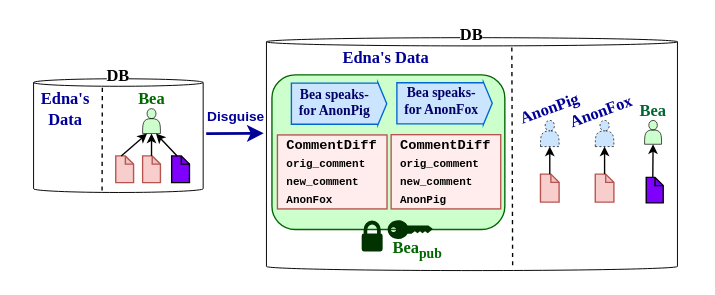
This is page "Design" (3 of 21) of thesis/figs/edna.drawio from tslilyai/thesis, a draw.io file, before an edit. Source tidied: cells renumbered, new cells numbered last; positions are measured from the earlier drawing's top-left corner, leaving out a move shared by most shapes. Both pictures are drawn from the tidied source at 137%, with x=0, y=0 at pixel (23, 37).
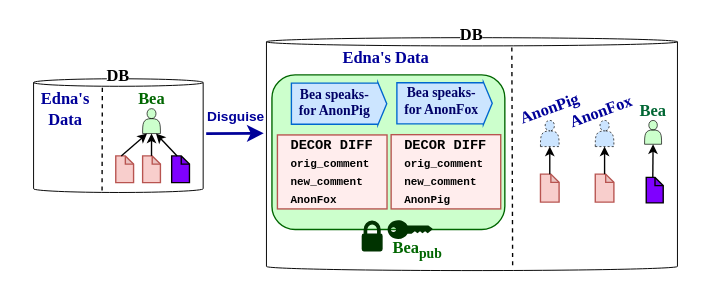
The same page after the edit.

What changed in the source:
```diff
@@
-    <mxCell id="32" value="&lt;p style=&quot;border-color: var(--border-color); line-height: 3.5px; font-size: 10px;&quot;&gt;&lt;font style=&quot;border-color: var(--border-color); font-size: 10px;&quot; face=&quot;Courier New&quot;&gt;&lt;span style=&quot;border-color: var(--border-color); font-size: 10px;&quot;&gt;CommentDiff&lt;/span&gt;&lt;/font&gt;&lt;/p&gt;&lt;p style=&quot;text-align: left; border-color: var(--border-color); line-height: 20%; font-size: 8px;&quot;&gt;&lt;span style=&quot;border-color: var(--border-color); background-color: initial;&quot;&gt;&lt;font style=&quot;font-size: 8px;&quot; face=&quot;Courier New&quot;&gt;orig&lt;/font&gt;&lt;/span&gt;&lt;span style=&quot;font-family: &amp;quot;Courier New&amp;quot;; background-color: initial;&quot;&gt;_comment&lt;/span&gt;&lt;/p&gt;&lt;p style=&quot;text-align: left; border-color: var(--border-color); line-height: 20%;&quot;&gt;&lt;font face=&quot;Courier New&quot;&gt;&lt;span style=&quot;font-size: 8px;&quot;&gt;new_comment&lt;/span&gt;&lt;/font&gt;&lt;/p&gt;&lt;p style=&quot;text-align: left; border-color: var(--border-color); line-height: 20%;&quot;&gt;&lt;font face=&quot;Courier New&quot;&gt;&lt;span style=&quot;font-size: 8px;&quot;&gt;AnonFox&lt;/span&gt;&lt;/font&gt;&lt;/p&gt;" style="rounded=0;whiteSpace=wrap;html=1;spacing=4;fontSize=10;fontFamily=Times New Roman;fillColor=#FFEDED;strokeColor=#b85450;spacingBottom=0;fontStyle=1;" parent="1" vertex="1">
+    <mxCell id="32" value="&lt;p style=&quot;border-color: var(--border-color); line-height: 3.5px; font-size: 10px;&quot;&gt;&lt;font style=&quot;border-color: var(--border-color); font-size: 10px;&quot; face=&quot;Courier New&quot;&gt;&lt;span style=&quot;border-color: var(--border-color); font-size: 10px;&quot;&gt;DECOR DIFF&lt;/span&gt;&lt;/font&gt;&lt;/p&gt;&lt;p style=&quot;text-align: left; border-color: var(--border-color); line-height: 20%; font-size: 8px;&quot;&gt;&lt;span style=&quot;border-color: var(--border-color); background-color: initial;&quot;&gt;&lt;font style=&quot;font-size: 8px;&quot; face=&quot;Courier New&quot;&gt;orig&lt;/font&gt;&lt;/span&gt;&lt;span style=&quot;font-family: &amp;quot;Courier New&amp;quot;; background-color: initial;&quot;&gt;_comment&lt;/span&gt;&lt;/p&gt;&lt;p style=&quot;text-align: left; border-color: var(--border-color); line-height: 20%;&quot;&gt;&lt;font face=&quot;Courier New&quot;&gt;&lt;span style=&quot;font-size: 8px;&quot;&gt;new_comment&lt;/span&gt;&lt;/font&gt;&lt;/p&gt;&lt;p style=&quot;text-align: left; border-color: var(--border-color); line-height: 20%;&quot;&gt;&lt;font face=&quot;Courier New&quot;&gt;&lt;span style=&quot;font-size: 8px;&quot;&gt;AnonFox&lt;/span&gt;&lt;/font&gt;&lt;/p&gt;" style="rounded=0;whiteSpace=wrap;html=1;spacing=4;fontSize=10;fontFamily=Times New Roman;fillColor=#FFEDED;strokeColor=#b85450;spacingBottom=0;fontStyle=1;" parent="1" vertex="1">
       <mxGeometry x="185" y="71" width="80" height="54" as="geometry" />
     </mxCell>
-    <mxCell id="33" value="&lt;p style=&quot;border-color: var(--border-color); line-height: 3.5px; font-size: 10px;&quot;&gt;&lt;font style=&quot;border-color: var(--border-color); font-size: 10px;&quot; face=&quot;Courier New&quot;&gt;&lt;span style=&quot;border-color: var(--border-color); font-size: 10px;&quot;&gt;CommentDiff&lt;/span&gt;&lt;/font&gt;&lt;/p&gt;&lt;p style=&quot;border-color: var(--border-color); text-align: left; line-height: 1.6px; font-size: 8px;&quot;&gt;&lt;font style=&quot;border-color: var(--border-color);&quot; face=&quot;Courier New&quot;&gt;orig&lt;/font&gt;&lt;span style=&quot;border-color: var(--border-color); font-family: &amp;quot;Courier New&amp;quot;; background-color: initial;&quot;&gt;_comment&lt;/span&gt;&lt;/p&gt;&lt;p style=&quot;border-color: var(--border-color); text-align: left; line-height: 2px;&quot;&gt;&lt;font style=&quot;border-color: var(--border-color);&quot; face=&quot;Courier New&quot;&gt;&lt;span style=&quot;border-color: var(--border-color); font-size: 8px;&quot;&gt;new_comment&lt;/span&gt;&lt;/font&gt;&lt;/p&gt;&lt;p style=&quot;border-color: var(--border-color); text-align: left; line-height: 2px;&quot;&gt;&lt;font style=&quot;border-color: var(--border-color);&quot; face=&quot;Courier New&quot;&gt;&lt;span style=&quot;border-color: var(--border-color); font-size: 8px;&quot;&gt;AnonPig&lt;/span&gt;&lt;/font&gt;&lt;/p&gt;" style="rounded=0;whiteSpace=wrap;html=1;spacing=4;fontSize=10;fontFamily=Times New Roman;fillColor=#FFEDED;strokeColor=#b85450;spacingBottom=0;fontStyle=1;" parent="1" vertex="1">
+    <mxCell id="33" value="&lt;p style=&quot;border-color: var(--border-color); line-height: 3.5px; font-size: 10px;&quot;&gt;&lt;font style=&quot;border-color: var(--border-color); font-size: 10px;&quot; face=&quot;Courier New&quot;&gt;&lt;span style=&quot;border-color: var(--border-color); font-size: 10px;&quot;&gt;DECOR DIFF&lt;/span&gt;&lt;/font&gt;&lt;/p&gt;&lt;p style=&quot;border-color: var(--border-color); text-align: left; line-height: 1.6px; font-size: 8px;&quot;&gt;&lt;font style=&quot;border-color: var(--border-color);&quot; face=&quot;Courier New&quot;&gt;orig&lt;/font&gt;&lt;span style=&quot;border-color: var(--border-color); font-family: &amp;quot;Courier New&amp;quot;; background-color: initial;&quot;&gt;_comment&lt;/span&gt;&lt;/p&gt;&lt;p style=&quot;border-color: var(--border-color); text-align: left; line-height: 2px;&quot;&gt;&lt;font style=&quot;border-color: var(--border-color);&quot; face=&quot;Courier New&quot;&gt;&lt;span style=&quot;border-color: var(--border-color); font-size: 8px;&quot;&gt;new_comment&lt;/span&gt;&lt;/font&gt;&lt;/p&gt;&lt;p style=&quot;border-color: var(--border-color); text-align: left; line-height: 2px;&quot;&gt;&lt;font style=&quot;border-color: var(--border-color);&quot; face=&quot;Courier New&quot;&gt;&lt;span style=&quot;border-color: var(--border-color); font-size: 8px;&quot;&gt;AnonPig&lt;/span&gt;&lt;/font&gt;&lt;/p&gt;" style="rounded=0;whiteSpace=wrap;html=1;spacing=4;fontSize=10;fontFamily=Times New Roman;fillColor=#FFEDED;strokeColor=#b85450;spacingBottom=0;fontStyle=1;" parent="1" vertex="1">
       <mxGeometry x="268" y="70.8" width="80" height="54.2" as="geometry" />
     </mxCell>
```
